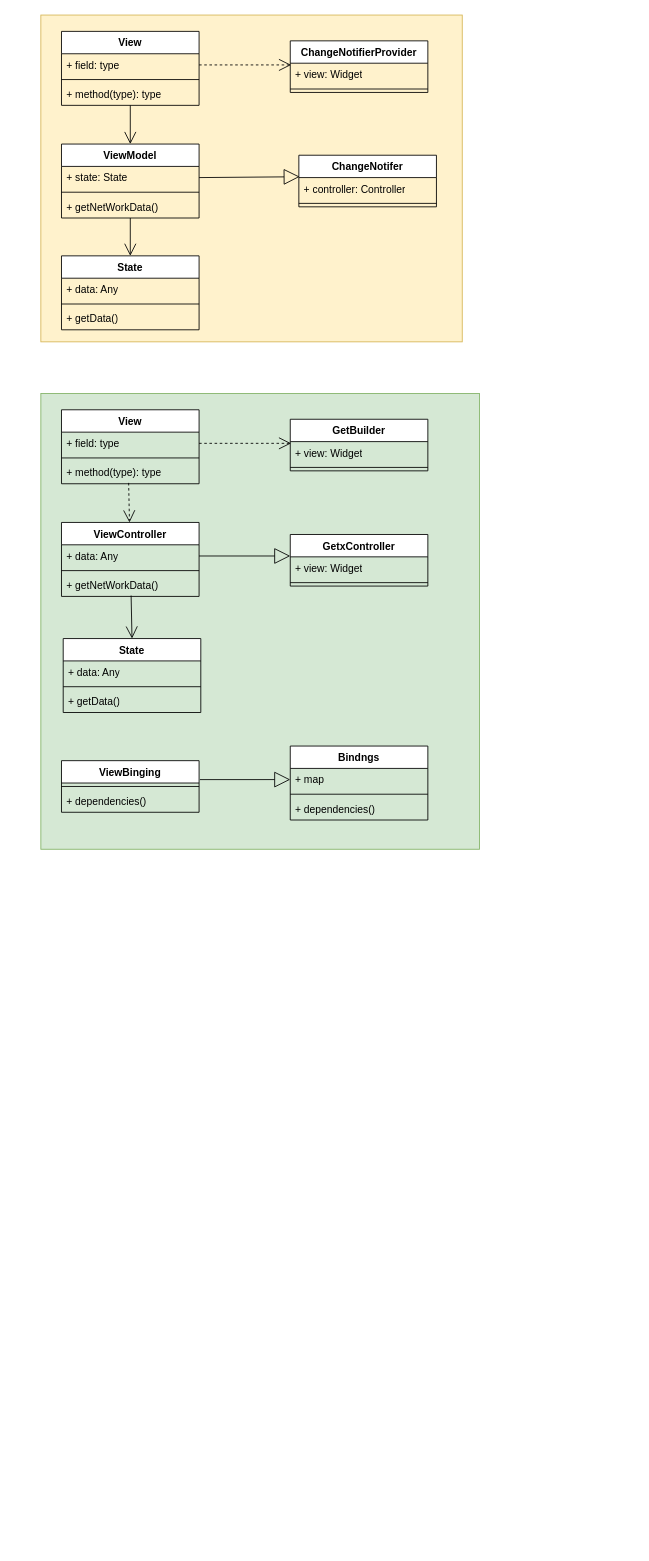
Before: diagrams/1v1demo.drawio in paopaosecret/resources, a draw.io diagram. Source tidied: cells renumbered, new cells numbered last; positions are measured from the earlier drawing's top-left corner, leaving out a move shared by most shapes. Both pictures are drawn from the tidied source at 86%, with x=0, y=0 at pixel (40, 15).
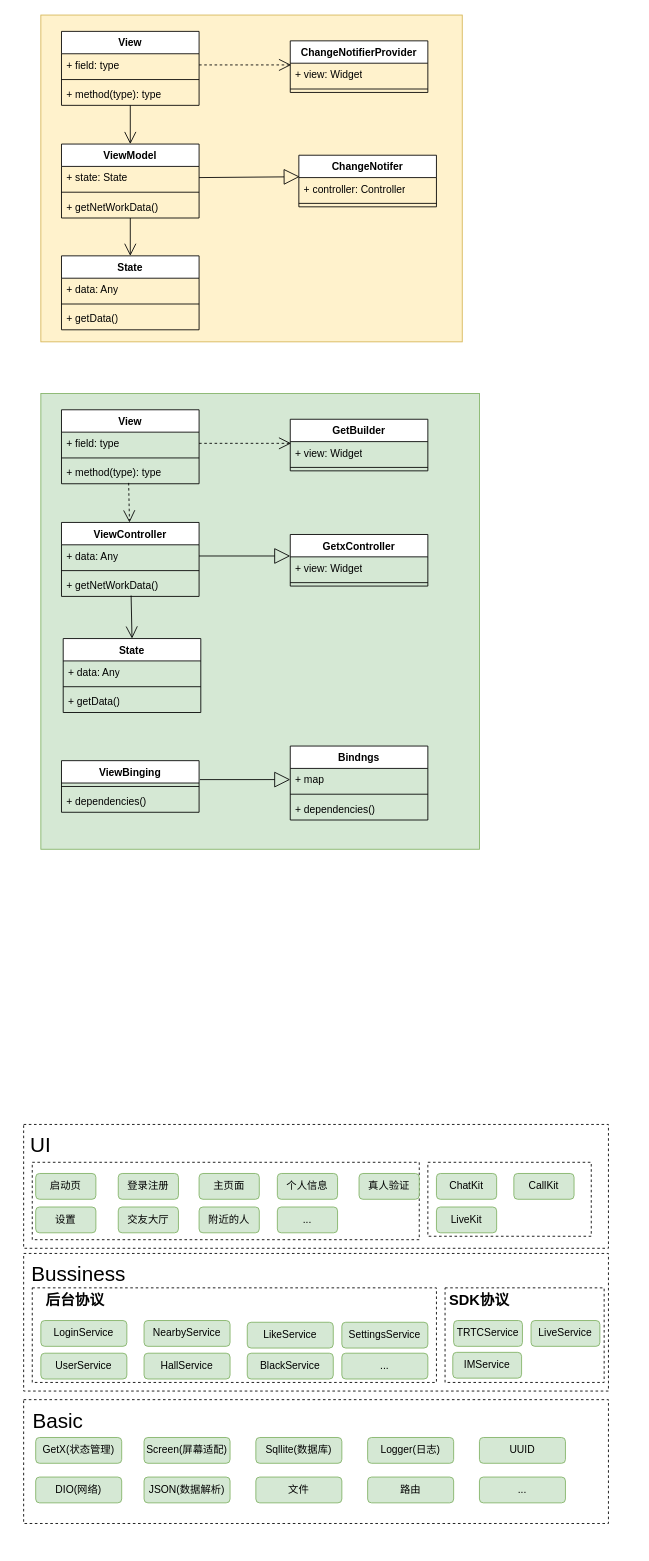
The same diagram, later.

The edit, as a diff of the source:
```diff
@@
+    <mxCell id="56" style="rounded=0;whiteSpace=wrap;html=1;dashed=1;strokeColor=#FFFFFF;" parent="1" vertex="1">
+      <mxGeometry x="-20" y="1270" width="710" height="510" as="geometry" />
+    </mxCell>
+    <mxCell id="57" style="rounded=0;whiteSpace=wrap;html=1;dashed=1;" parent="1" vertex="1">
+      <mxGeometry x="-20" y="1610" width="680" height="144" as="geometry" />
+    </mxCell>
+    <mxCell id="58" value="&lt;font style=&quot;font-size: 24px;&quot;&gt;Basic&lt;/font&gt;" style="text;html=1;strokeColor=none;fillColor=none;align=center;verticalAlign=middle;whiteSpace=wrap;rounded=0;" parent="1" vertex="1">
+      <mxGeometry x="-10" y="1620" width="60" height="30" as="geometry" />
+    </mxCell>
+    <mxCell id="59" style="rounded=0;whiteSpace=wrap;html=1;dashed=1;" parent="1" vertex="1">
+      <mxGeometry x="-20" y="1440" width="680" height="160" as="geometry" />
+    </mxCell>
+    <mxCell id="60" value="&lt;font style=&quot;font-size: 24px;&quot;&gt;Bussiness&lt;/font&gt;" style="text;html=1;strokeColor=none;fillColor=none;align=center;verticalAlign=middle;whiteSpace=wrap;rounded=0;" parent="1" vertex="1">
+      <mxGeometry x="14" y="1450" width="60" height="30" as="geometry" />
+    </mxCell>
+    <mxCell id="61" style="rounded=0;whiteSpace=wrap;html=1;dashed=1;" parent="1" vertex="1">
+      <mxGeometry x="-20" y="1290" width="680" height="144" as="geometry" />
+    </mxCell>
+    <mxCell id="62" value="&lt;font style=&quot;font-size: 24px;&quot;&gt;UI&lt;/font&gt;" style="text;html=1;strokeColor=none;fillColor=none;align=center;verticalAlign=middle;whiteSpace=wrap;rounded=0;" parent="1" vertex="1">
+      <mxGeometry x="-30" y="1300" width="60" height="30" as="geometry" />
+    </mxCell>
+    <mxCell id="63" value="GetX(状态管理)" style="rounded=1;whiteSpace=wrap;html=1;fillColor=#d5e8d4;strokeColor=#82b366;" parent="1" vertex="1">
+      <mxGeometry x="-6" y="1654" width="100" height="30" as="geometry" />
+    </mxCell>
+    <mxCell id="64" value="DIO(网络)" style="rounded=1;whiteSpace=wrap;html=1;fillColor=#d5e8d4;strokeColor=#82b366;" parent="1" vertex="1">
+      <mxGeometry x="-6" y="1700" width="100" height="30" as="geometry" />
+    </mxCell>
+    <mxCell id="65" value="JSON(数据解析)" style="rounded=1;whiteSpace=wrap;html=1;fillColor=#d5e8d4;strokeColor=#82b366;" parent="1" vertex="1">
+      <mxGeometry x="120" y="1700" width="100" height="30" as="geometry" />
+    </mxCell>
+    <mxCell id="66" value="Screen(屏幕适配)" style="rounded=1;whiteSpace=wrap;html=1;fillColor=#d5e8d4;strokeColor=#82b366;" parent="1" vertex="1">
+      <mxGeometry x="120" y="1654" width="100" height="30" as="geometry" />
+    </mxCell>
+    <mxCell id="67" style="rounded=0;whiteSpace=wrap;html=1;dashed=1;" parent="1" vertex="1">
+      <mxGeometry x="-10" y="1334" width="450" height="90" as="geometry" />
+    </mxCell>
+    <mxCell id="68" style="rounded=0;whiteSpace=wrap;html=1;dashed=1;" parent="1" vertex="1">
+      <mxGeometry x="450" y="1334" width="190" height="86" as="geometry" />
+    </mxCell>
+    <mxCell id="69" value="文件" style="rounded=1;whiteSpace=wrap;html=1;fillColor=#d5e8d4;strokeColor=#82b366;" parent="1" vertex="1">
+      <mxGeometry x="250" y="1700" width="100" height="30" as="geometry" />
+    </mxCell>
+    <mxCell id="70" value="Sqllite(数据库)" style="rounded=1;whiteSpace=wrap;html=1;fillColor=#d5e8d4;strokeColor=#82b366;" parent="1" vertex="1">
+      <mxGeometry x="250" y="1654" width="100" height="30" as="geometry" />
+    </mxCell>
+    <mxCell id="71" value="Logger(日志)" style="rounded=1;whiteSpace=wrap;html=1;fillColor=#d5e8d4;strokeColor=#82b366;" parent="1" vertex="1">
+      <mxGeometry x="380" y="1654" width="100" height="30" as="geometry" />
+    </mxCell>
+    <mxCell id="72" value="路由" style="rounded=1;whiteSpace=wrap;html=1;fillColor=#d5e8d4;strokeColor=#82b366;" parent="1" vertex="1">
+      <mxGeometry x="380" y="1700" width="100" height="30" as="geometry" />
+    </mxCell>
+    <mxCell id="73" value="UUID" style="rounded=1;whiteSpace=wrap;html=1;fillColor=#d5e8d4;strokeColor=#82b366;" parent="1" vertex="1">
+      <mxGeometry x="510" y="1654" width="100" height="30" as="geometry" />
+    </mxCell>
+    <mxCell id="74" value="..." style="rounded=1;whiteSpace=wrap;html=1;fillColor=#d5e8d4;strokeColor=#82b366;" parent="1" vertex="1">
+      <mxGeometry x="510" y="1700" width="100" height="30" as="geometry" />
+    </mxCell>
+    <mxCell id="75" style="rounded=0;whiteSpace=wrap;html=1;dashed=1;" parent="1" vertex="1">
+      <mxGeometry x="-10" y="1480" width="470" height="110" as="geometry" />
+    </mxCell>
+    <mxCell id="76" value="LoginService" style="rounded=1;whiteSpace=wrap;html=1;fillColor=#d5e8d4;strokeColor=#82b366;" parent="1" vertex="1">
+      <mxGeometry y="1518" width="100" height="30" as="geometry" />
+    </mxCell>
+    <mxCell id="77" value="UserService" style="rounded=1;whiteSpace=wrap;html=1;fillColor=#d5e8d4;strokeColor=#82b366;" parent="1" vertex="1">
+      <mxGeometry y="1556" width="100" height="30" as="geometry" />
+    </mxCell>
+    <mxCell id="78" value="NearbyService" style="rounded=1;whiteSpace=wrap;html=1;fillColor=#d5e8d4;strokeColor=#82b366;" parent="1" vertex="1">
+      <mxGeometry x="120" y="1518" width="100" height="30" as="geometry" />
+    </mxCell>
+    <mxCell id="79" value="&lt;span style=&quot;font-size: 17px;&quot;&gt;后台协议&lt;/span&gt;" style="text;html=1;strokeColor=none;fillColor=none;align=center;verticalAlign=middle;whiteSpace=wrap;rounded=0;fontSize=17;fontStyle=1;" parent="1" vertex="1">
+      <mxGeometry x="-10" y="1481" width="100" height="30" as="geometry" />
+    </mxCell>
+    <mxCell id="80" value="HallService" style="rounded=1;whiteSpace=wrap;html=1;fillColor=#d5e8d4;strokeColor=#82b366;" parent="1" vertex="1">
+      <mxGeometry x="120" y="1556" width="100" height="30" as="geometry" />
+    </mxCell>
+    <mxCell id="81" value="LikeService" style="rounded=1;whiteSpace=wrap;html=1;fillColor=#d5e8d4;strokeColor=#82b366;" parent="1" vertex="1">
+      <mxGeometry x="240" y="1520" width="100" height="30" as="geometry" />
+    </mxCell>
+    <mxCell id="82" value="BlackService" style="rounded=1;whiteSpace=wrap;html=1;fillColor=#d5e8d4;strokeColor=#82b366;" parent="1" vertex="1">
+      <mxGeometry x="240" y="1556" width="100" height="30" as="geometry" />
+    </mxCell>
+    <mxCell id="83" value="SettingsService" style="rounded=1;whiteSpace=wrap;html=1;fillColor=#d5e8d4;strokeColor=#82b366;" parent="1" vertex="1">
+      <mxGeometry x="350" y="1520" width="100" height="30" as="geometry" />
+    </mxCell>
+    <mxCell id="84" value="..." style="rounded=1;whiteSpace=wrap;html=1;fillColor=#d5e8d4;strokeColor=#82b366;" parent="1" vertex="1">
+      <mxGeometry x="350" y="1556" width="100" height="30" as="geometry" />
+    </mxCell>
+    <mxCell id="85" style="rounded=0;whiteSpace=wrap;html=1;dashed=1;" parent="1" vertex="1">
+      <mxGeometry x="470" y="1480" width="185" height="110" as="geometry" />
+    </mxCell>
+    <mxCell id="86" value="TRTCService" style="rounded=1;whiteSpace=wrap;html=1;fillColor=#d5e8d4;strokeColor=#82b366;" parent="1" vertex="1">
+      <mxGeometry x="480" y="1518" width="80" height="30" as="geometry" />
+    </mxCell>
+    <mxCell id="87" value="IMService" style="rounded=1;whiteSpace=wrap;html=1;fillColor=#d5e8d4;strokeColor=#82b366;" parent="1" vertex="1">
+      <mxGeometry x="479" y="1555" width="80" height="30" as="geometry" />
+    </mxCell>
+    <mxCell id="88" value="LiveService" style="rounded=1;whiteSpace=wrap;html=1;fillColor=#d5e8d4;strokeColor=#82b366;" parent="1" vertex="1">
+      <mxGeometry x="570" y="1518" width="80" height="30" as="geometry" />
+    </mxCell>
+    <mxCell id="89" value="&lt;span style=&quot;font-size: 17px;&quot;&gt;SDK协议&lt;/span&gt;" style="text;html=1;strokeColor=none;fillColor=none;align=center;verticalAlign=middle;whiteSpace=wrap;rounded=0;fontSize=17;fontStyle=1;" parent="1" vertex="1">
+      <mxGeometry x="460" y="1481" width="100" height="30" as="geometry" />
+    </mxCell>
+    <mxCell id="90" value="登录注册" style="rounded=1;whiteSpace=wrap;html=1;fillColor=#d5e8d4;strokeColor=#82b366;" parent="1" vertex="1">
+      <mxGeometry x="90" y="1347" width="70" height="30" as="geometry" />
+    </mxCell>
+    <mxCell id="91" value="启动页" style="rounded=1;whiteSpace=wrap;html=1;fillColor=#d5e8d4;strokeColor=#82b366;" parent="1" vertex="1">
+      <mxGeometry x="-6" y="1347" width="70" height="30" as="geometry" />
+    </mxCell>
+    <mxCell id="92" value="个人信息" style="rounded=1;whiteSpace=wrap;html=1;fillColor=#d5e8d4;strokeColor=#82b366;" parent="1" vertex="1">
+      <mxGeometry x="275" y="1347" width="70" height="30" as="geometry" />
+    </mxCell>
+    <mxCell id="93" value="设置" style="rounded=1;whiteSpace=wrap;html=1;fillColor=#d5e8d4;strokeColor=#82b366;" parent="1" vertex="1">
+      <mxGeometry x="-6" y="1386" width="70" height="30" as="geometry" />
+    </mxCell>
+    <mxCell id="94" value="交友大厅" style="rounded=1;whiteSpace=wrap;html=1;fillColor=#d5e8d4;strokeColor=#82b366;" parent="1" vertex="1">
+      <mxGeometry x="90" y="1386" width="70" height="30" as="geometry" />
+    </mxCell>
+    <mxCell id="95" value="主页面" style="rounded=1;whiteSpace=wrap;html=1;fillColor=#d5e8d4;strokeColor=#82b366;" parent="1" vertex="1">
+      <mxGeometry x="184" y="1347" width="70" height="30" as="geometry" />
+    </mxCell>
+    <mxCell id="96" value="附近的人" style="rounded=1;whiteSpace=wrap;html=1;fillColor=#d5e8d4;strokeColor=#82b366;" parent="1" vertex="1">
+      <mxGeometry x="184" y="1386" width="70" height="30" as="geometry" />
+    </mxCell>
+    <mxCell id="97" value="真人验证" style="rounded=1;whiteSpace=wrap;html=1;fillColor=#d5e8d4;strokeColor=#82b366;" parent="1" vertex="1">
+      <mxGeometry x="370" y="1347" width="70" height="30" as="geometry" />
+    </mxCell>
+    <mxCell id="98" value="..." style="rounded=1;whiteSpace=wrap;html=1;fillColor=#d5e8d4;strokeColor=#82b366;" parent="1" vertex="1">
+      <mxGeometry x="275" y="1386" width="70" height="30" as="geometry" />
+    </mxCell>
+    <mxCell id="99" value="ChatKit" style="rounded=1;whiteSpace=wrap;html=1;fillColor=#d5e8d4;strokeColor=#82b366;" parent="1" vertex="1">
+      <mxGeometry x="460" y="1347" width="70" height="30" as="geometry" />
+    </mxCell>
+    <mxCell id="100" value="CallKit" style="rounded=1;whiteSpace=wrap;html=1;fillColor=#d5e8d4;strokeColor=#82b366;" parent="1" vertex="1">
+      <mxGeometry x="550" y="1347" width="70" height="30" as="geometry" />
+    </mxCell>
+    <mxCell id="101" value="LiveKit" style="rounded=1;whiteSpace=wrap;html=1;fillColor=#d5e8d4;strokeColor=#82b366;" parent="1" vertex="1">
+      <mxGeometry x="460" y="1386" width="70" height="30" as="geometry" />
+    </mxCell>
```
